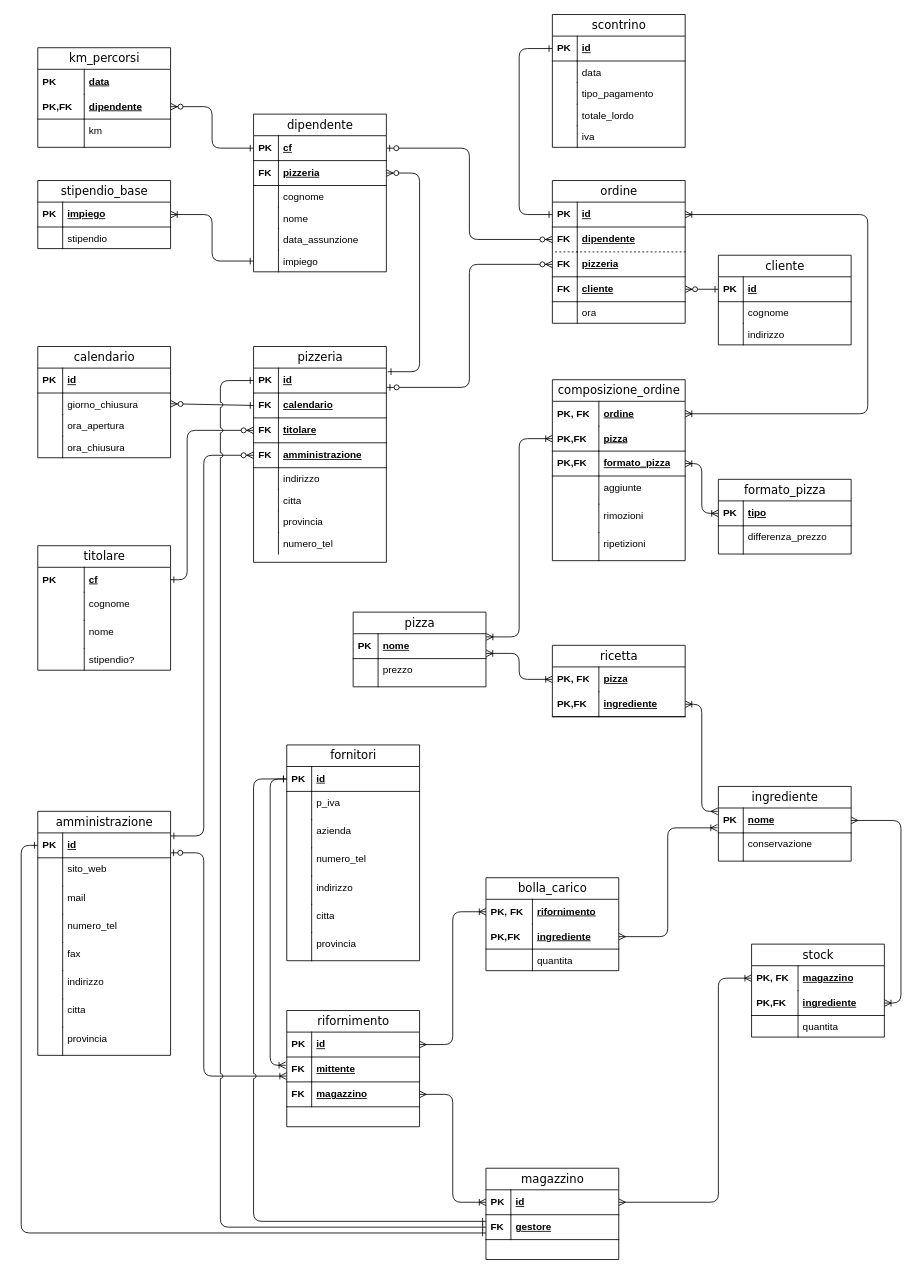
Above: Draw/PaduPizzaRelazionale.drawio in NicholasPilotto/PaduPizza (draw.io), before the change. Source tidied: cells renumbered, new cells numbered last; positions are measured from the earlier drawing's top-left corner, leaving out a move shared by most shapes. Both pictures are drawn from the tidied source at 83%, with x=0, y=0 at pixel (21, 14).
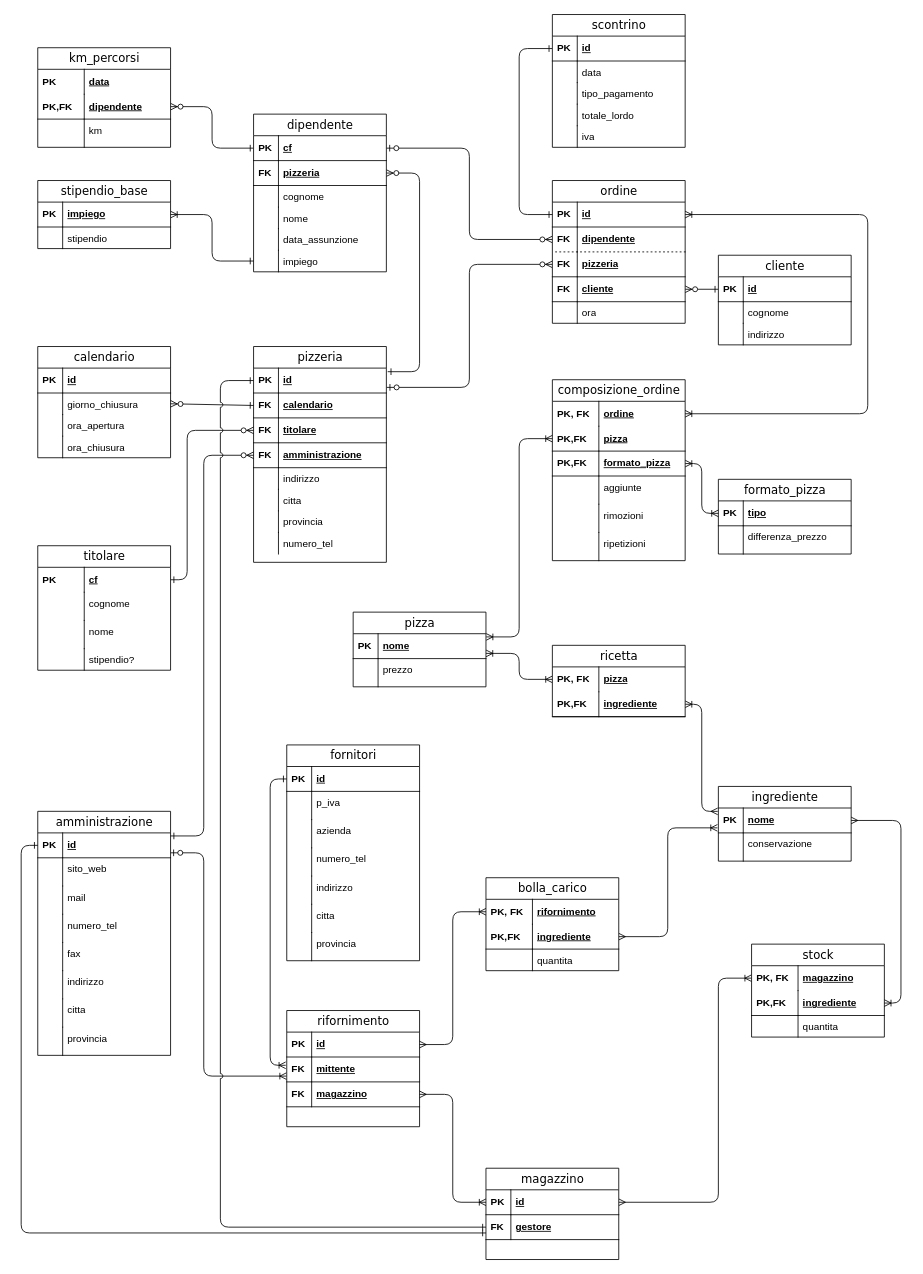
Above is the later version.

The change refers to these unchanged cells:
```xml
<mxCell id="120" value="id" style="shape=partialRectangle;top=0;left=0;right=0;bottom=1;html=1;align=left;verticalAlign=middle;fillColor=none;spacingLeft=34;spacingRight=4;whiteSpace=wrap;overflow=hidden;points=[[0,0.5],[1,0.5]];portConstraint=eastwest;fontStyle=5;fontColor=#000000;" parent="119" vertex="1">
  <mxGeometry y="26" width="160" height="30" as="geometry" />
</mxCell>
<mxCell id="184" value="gestore" style="shape=partialRectangle;top=0;left=0;right=0;bottom=1;html=1;align=left;verticalAlign=middle;fillColor=none;spacingLeft=34;spacingRight=4;whiteSpace=wrap;overflow=hidden;points=[[0,0.5],[1,0.5]];portConstraint=eastwest;fontStyle=5;fontColor=#000000;" parent="181" vertex="1">
  <mxGeometry y="56" width="160" height="30" as="geometry" />
</mxCell>
```

Diff of the diagram source:
```diff
@@
-    <mxCell id="205" style="rounded=1;jettySize=auto;html=1;entryX=0;entryY=0.267;entryDx=0;entryDy=0;startArrow=ERone;startFill=0;endArrow=ERone;endFill=0;fontColor=#000000;edgeStyle=elbowEdgeStyle;entryPerimeter=0;jumpStyle=arc;exitX=0;exitY=0.5;exitDx=0;exitDy=0;" parent="1" edge="1" source="120" target="184">
-      <mxGeometry relative="1" as="geometry">
-        <Array as="points">
-          <mxPoint x="280" y="1170" />
-        </Array>
-      </mxGeometry>
-    </mxCell>
```
